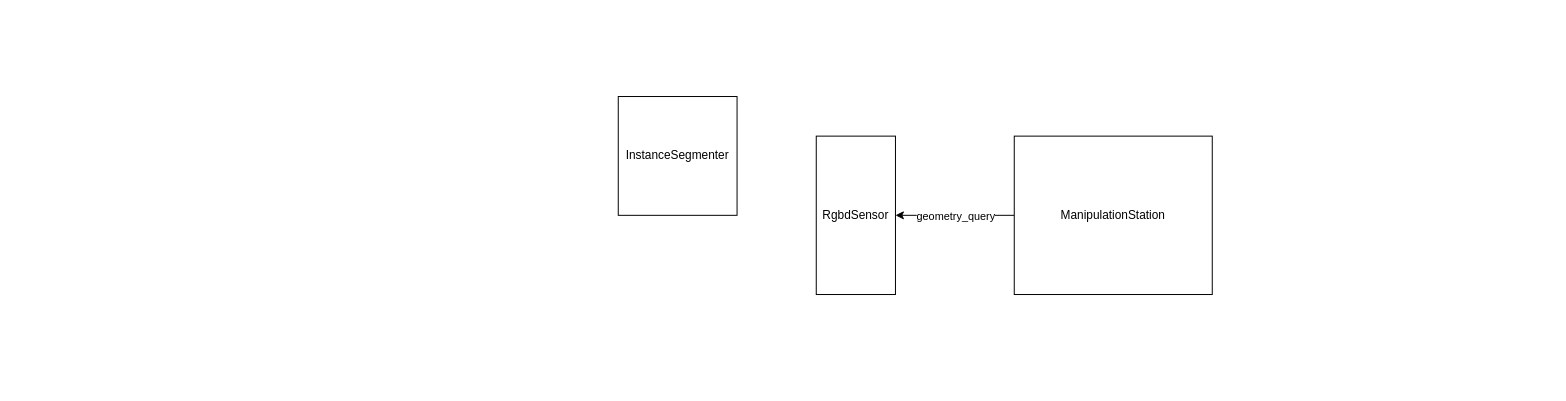
Cargobot-Project/cargobot keeps this draw.io diagram as docs/SystemDiagram.drawio. Above is the earlier version. Source tidied: cells renumbered, new cells numbered last; positions are measured from the earlier drawing's top-left corner, leaving out a move shared by most shapes. Both pictures are drawn from the tidied source at 99%, with x=0, y=0 at pixel (618, 96).
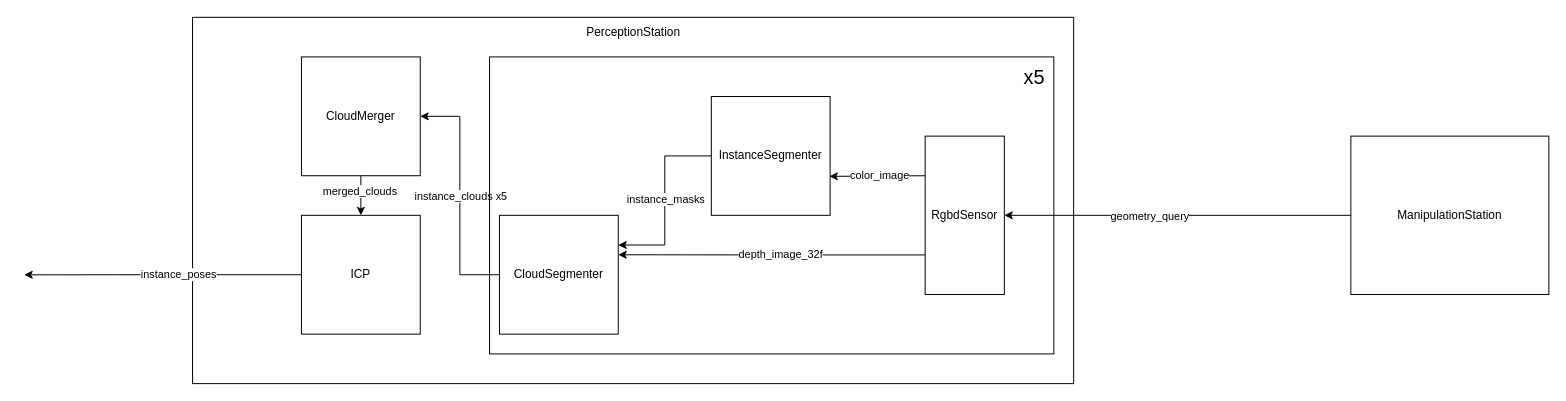
Above is the later version.

Commit message:
add: system diagram for PerceptionStation

Diff of the diagram source:
```diff
@@
+    <mxCell id="7" style="rounded=0;whiteSpace=wrap;html=1;fillColor=none;" parent="1" vertex="1">
+      <mxGeometry x="-430" y="-80" width="890" height="370" as="geometry" />
+    </mxCell>
@@
     <mxCell id="4" value="ManipulationStation" style="rounded=0;whiteSpace=wrap;html=1;" parent="1" vertex="1">
-      <mxGeometry x="400" y="40" width="200" height="160" as="geometry" />
+      <mxGeometry x="740" y="40" width="200" height="160" as="geometry" />
     </mxCell>
+    <mxCell id="8" style="edgeStyle=orthogonalEdgeStyle;rounded=0;jettySize=auto;html=1;exitX=0;exitY=0.75;exitDx=0;exitDy=0;entryX=1;entryY=0.332;entryDx=0;entryDy=0;entryPerimeter=0;" parent="1" edge="1" source="5" target="16">
+      <mxGeometry relative="1" as="geometry" />
+    </mxCell>
+    <mxCell id="9" value="depth_image_32f" style="edgeLabel;html=1;align=center;verticalAlign=middle;" parent="8" vertex="1">
+      <mxGeometry x="-0.05" y="-1" relative="1" as="geometry" />
+    </mxCell>
     <mxCell id="5" value="RgbdSensor" style="whiteSpace=wrap;html=1;" parent="1" vertex="1">
-      <mxGeometry x="200" y="40" width="80" height="160" as="geometry" />
+      <mxGeometry x="310" y="40" width="80" height="160" as="geometry" />
     </mxCell>
+    <mxCell id="10" style="edgeStyle=orthogonalEdgeStyle;rounded=0;jettySize=auto;html=1;exitX=0;exitY=0.5;exitDx=0;exitDy=0;entryX=1;entryY=0.25;entryDx=0;entryDy=0;" parent="1" edge="1" source="6" target="16">
+      <mxGeometry relative="1" as="geometry" />
+    </mxCell>
+    <mxCell id="11" value="instance_masks" style="edgeLabel;html=1;align=center;verticalAlign=middle;" parent="10" vertex="1">
+      <mxGeometry x="-0.19" relative="1" as="geometry">
+        <mxPoint y="15" as="offset" />
+      </mxGeometry>
+    </mxCell>
     <mxCell id="6" value="InstanceSegmenter" style="rounded=0;whiteSpace=wrap;html=1;" parent="1" vertex="1">
-      <mxGeometry width="120" height="120" as="geometry" />
+      <mxGeometry x="94" width="120" height="120" as="geometry" />
     </mxCell>
+    <mxCell id="12" style="endArrow=classic;html=1;rounded=0;entryX=0.994;entryY=0.672;entryDx=0;entryDy=0;entryPerimeter=0;exitX=0;exitY=0.25;exitDx=0;exitDy=0;" parent="1" edge="1" source="5" target="6">
+      <mxGeometry relative="1" as="geometry" />
+    </mxCell>
+    <mxCell id="13" value="color_image" style="edgeLabel;html=1;align=center;verticalAlign=middle;" parent="12" vertex="1">
+      <mxGeometry x="-0.17" y="-1" relative="1" as="geometry">
+        <mxPoint x="-6" as="offset" />
+      </mxGeometry>
+    </mxCell>
+    <mxCell id="14" style="edgeStyle=orthogonalEdgeStyle;rounded=0;jettySize=auto;html=1;exitX=0;exitY=0.5;exitDx=0;exitDy=0;entryX=1;entryY=0.5;entryDx=0;entryDy=0;" parent="1" edge="1" source="16" target="19">
+      <mxGeometry relative="1" as="geometry" />
+    </mxCell>
+    <mxCell id="15" value="instance_clouds x5" style="edgeLabel;html=1;align=center;verticalAlign=middle;" parent="14" vertex="1">
+      <mxGeometry x="0.18" y="-1" relative="1" as="geometry">
+        <mxPoint x="-1" y="22" as="offset" />
+      </mxGeometry>
+    </mxCell>
+    <mxCell id="16" value="CloudSegmenter" style="rounded=0;whiteSpace=wrap;html=1;" parent="1" vertex="1">
+      <mxGeometry x="-120" y="120" width="120" height="120" as="geometry" />
+    </mxCell>
+    <mxCell id="17" style="edgeStyle=orthogonalEdgeStyle;rounded=0;jettySize=auto;html=1;exitX=0.5;exitY=1;exitDx=0;exitDy=0;entryX=0.5;entryY=0;entryDx=0;entryDy=0;" parent="1" edge="1" source="19" target="25">
+      <mxGeometry relative="1" as="geometry" />
+    </mxCell>
+    <mxCell id="18" value="merged_clouds" style="edgeLabel;html=1;align=center;verticalAlign=middle;" parent="17" vertex="1">
+      <mxGeometry x="-0.27" y="-2" relative="1" as="geometry" />
+    </mxCell>
+    <mxCell id="19" value="CloudMerger" style="whiteSpace=wrap;html=1;" parent="1" vertex="1">
+      <mxGeometry x="-320" y="-40" width="120" height="120" as="geometry" />
+    </mxCell>
+    <mxCell id="20" value="PerceptionStation" style="text;html=1;align=center;verticalAlign=middle;strokeColor=none;fillColor=none;" parent="1" vertex="1">
+      <mxGeometry x="-45" y="-80" width="120" height="30" as="geometry" />
+    </mxCell>
+    <mxCell id="21" style="whiteSpace=wrap;html=1;fillColor=none;" parent="1" vertex="1">
+      <mxGeometry x="-130" y="-40" width="570" height="300" as="geometry" />
+    </mxCell>
+    <mxCell id="22" value="&lt;font style=&quot;font-size: 20px;&quot;&gt;x5&lt;/font&gt;" style="text;html=1;align=center;verticalAlign=middle;strokeColor=none;fillColor=none;" parent="1" vertex="1">
+      <mxGeometry x="400" y="-40" width="40" height="40" as="geometry" />
+    </mxCell>
+    <mxCell id="23" style="edgeStyle=orthogonalEdgeStyle;rounded=0;jettySize=auto;html=1;exitX=0;exitY=0.5;exitDx=0;exitDy=0;" parent="1" edge="1" source="25">
+      <mxGeometry relative="1" as="geometry">
+        <mxPoint x="-600" y="180.1" as="targetPoint" />
+      </mxGeometry>
+    </mxCell>
+    <mxCell id="24" value="instance_poses" style="edgeLabel;html=1;align=center;verticalAlign=middle;" parent="23" vertex="1">
+      <mxGeometry x="-0.11" y="-1" relative="1" as="geometry" />
+    </mxCell>
+    <mxCell id="25" value="ICP" style="whiteSpace=wrap;html=1;" parent="1" vertex="1">
+      <mxGeometry x="-320" y="120" width="120" height="120" as="geometry" />
+    </mxCell>
```
